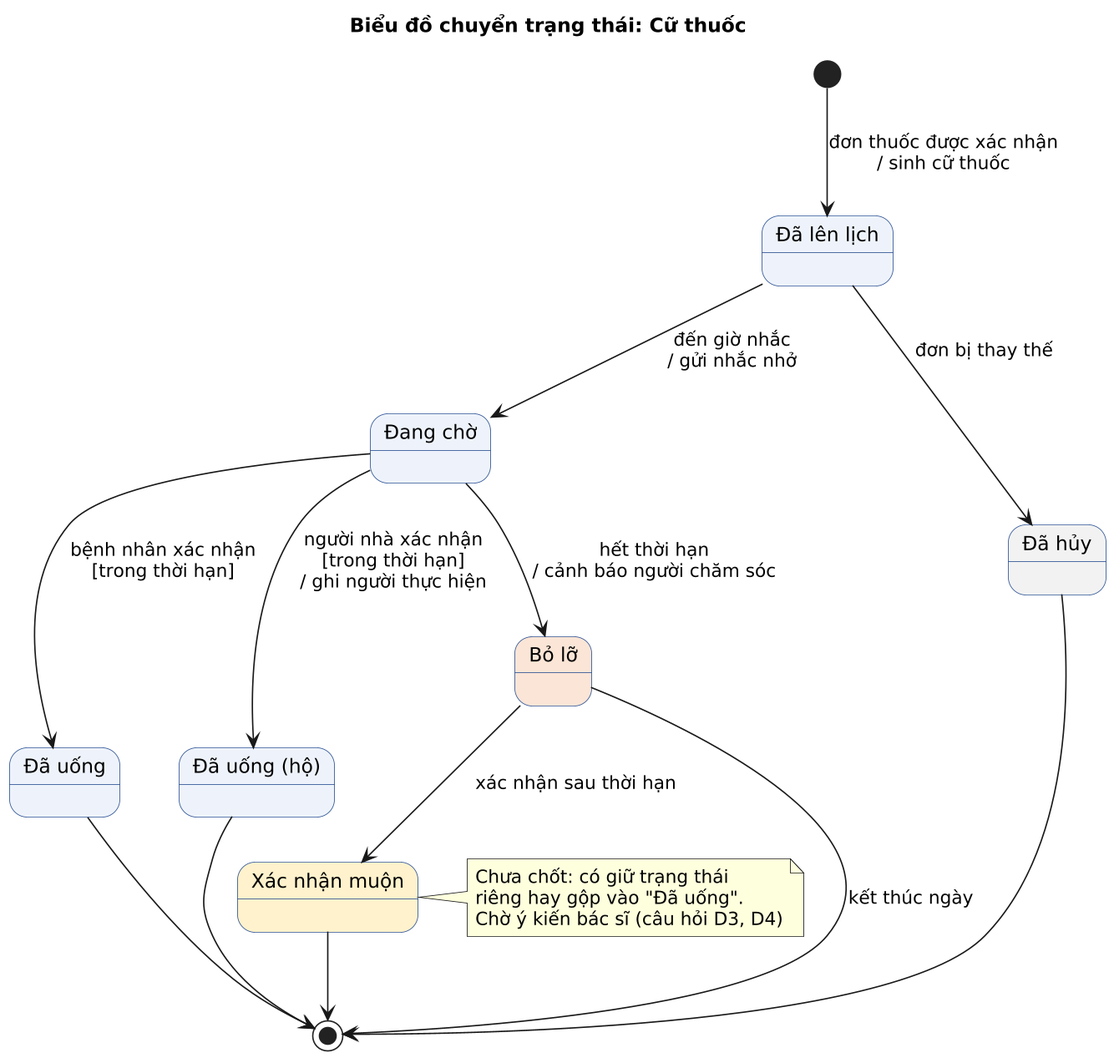
bblizzardd/KTPMUD keeps this PlantUML diagram as docs/architecture/State_Cu_Thuoc.png. Above is the earlier version. Source of this version:
```plantuml
@startuml State_Cu_Thuoc
skinparamlocked dpi 160
skinparam defaultFontName "DejaVu Sans"
skinparam shadowing false
skinparam state {
  BackgroundColor #EEF3FB
  BorderColor #2E5395
}
title Biểu đồ chuyển trạng thái: Cữ thuốc
[*] --> DaLenLich : đơn thuốc được xác nhận\n/ sinh cữ thuốc
state "Đã lên lịch" as DaLenLich
state "Đang chờ" as DangCho
state "Đã uống" as DaUong
state "Đã uống (hộ)" as DaUongHo
state "Bỏ lỡ" as BoLo #FBE5D6
state "Xác nhận muộn" as Muon #FFF2CC
state "Đã hủy" as DaHuy #F2F2F2
DaLenLich --> DangCho : đến giờ nhắc\n/ gửi nhắc nhở
DangCho --> DaUong : bệnh nhân xác nhận\n[trong thời hạn]
DangCho --> DaUongHo : người nhà xác nhận\n[trong thời hạn]\n/ ghi người thực hiện
DangCho --> BoLo : hết thời hạn\n/ cảnh báo người chăm sóc
BoLo --> Muon : xác nhận sau thời hạn
DaLenLich --> DaHuy : đơn bị thay thế
DaUong --> [*]
DaUongHo --> [*]
BoLo --> [*] : kết thúc ngày
Muon --> [*]
DaHuy --> [*]
note right of Muon
  Chưa chốt: có giữ trạng thái
  riêng hay gộp vào "Đã uống".
  Chờ ý kiến bác sĩ (câu hỏi D3, D4)
end note
@enduml
```
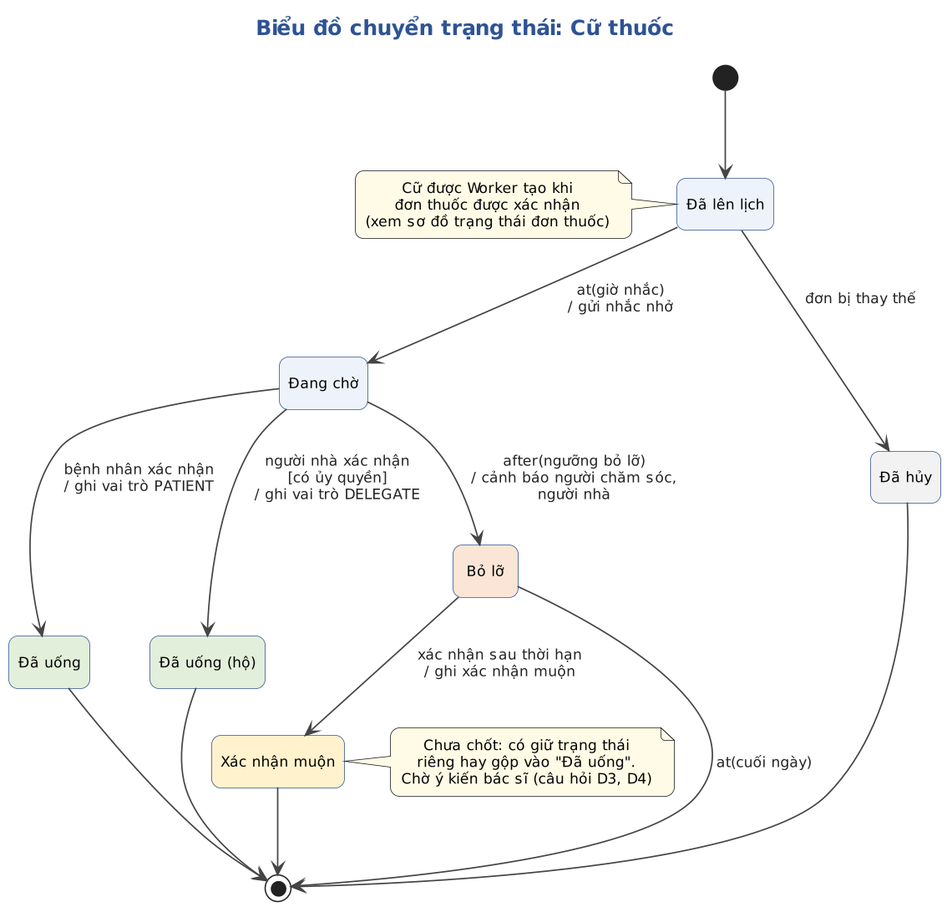
The same diagram one commit later.

The edit, as a diff of the source:
```diff
@@ -1,31 +1,33 @@
 @startuml State_Cu_Thuoc
-skinparamlocked dpi 160
-skinparam defaultFontName "DejaVu Sans"
-skinparam shadowing false
-skinparam state {
-  BackgroundColor #EEF3FB
-  BorderColor #2E5395
-}
+!include lib/ktpmud_theme.puml
 title Biểu đồ chuyển trạng thái: Cữ thuốc
-[*] --> DaLenLich : đơn thuốc được xác nhận\n/ sinh cữ thuốc
+
 state "Đã lên lịch" as DaLenLich
 state "Đang chờ" as DangCho
-state "Đã uống" as DaUong
-state "Đã uống (hộ)" as DaUongHo
-state "Bỏ lỡ" as BoLo #FBE5D6
-state "Xác nhận muộn" as Muon #FFF2CC
-state "Đã hủy" as DaHuy #F2F2F2
-DaLenLich --> DangCho : đến giờ nhắc\n/ gửi nhắc nhở
-DangCho --> DaUong : bệnh nhân xác nhận\n[trong thời hạn]
-DangCho --> DaUongHo : người nhà xác nhận\n[trong thời hạn]\n/ ghi người thực hiện
-DangCho --> BoLo : hết thời hạn\n/ cảnh báo người chăm sóc
-BoLo --> Muon : xác nhận sau thời hạn
+state "Đã uống" as DaUong $C_DONE
+state "Đã uống (hộ)" as DaUongHo $C_DONE
+state "Bỏ lỡ" as BoLo $C_BAD
+state "Xác nhận muộn" as Muon $C_DRAFT
+state "Đã hủy" as DaHuy $C_OFF
+
+[*] --> DaLenLich
+DaLenLich --> DangCho : at(giờ nhắc)\n/ gửi nhắc nhở
 DaLenLich --> DaHuy : đơn bị thay thế
+DangCho --> DaUong : bệnh nhân xác nhận\n/ ghi vai trò PATIENT
+DangCho --> DaUongHo : người nhà xác nhận\n[có ủy quyền]\n/ ghi vai trò DELEGATE
+DangCho --> BoLo : after(ngưỡng bỏ lỡ)\n/ cảnh báo người chăm sóc,\nngười nhà
+BoLo --> Muon : xác nhận sau thời hạn\n/ ghi xác nhận muộn
 DaUong --> [*]
 DaUongHo --> [*]
-BoLo --> [*] : kết thúc ngày
+BoLo --> [*] : at(cuối ngày)
 Muon --> [*]
 DaHuy --> [*]
+
+note left of DaLenLich
+  Cữ được Worker tạo khi
+  đơn thuốc được xác nhận
+  (xem sơ đồ trạng thái đơn thuốc)
+end note
 note right of Muon
   Chưa chốt: có giữ trạng thái
   riêng hay gộp vào "Đã uống".
```
